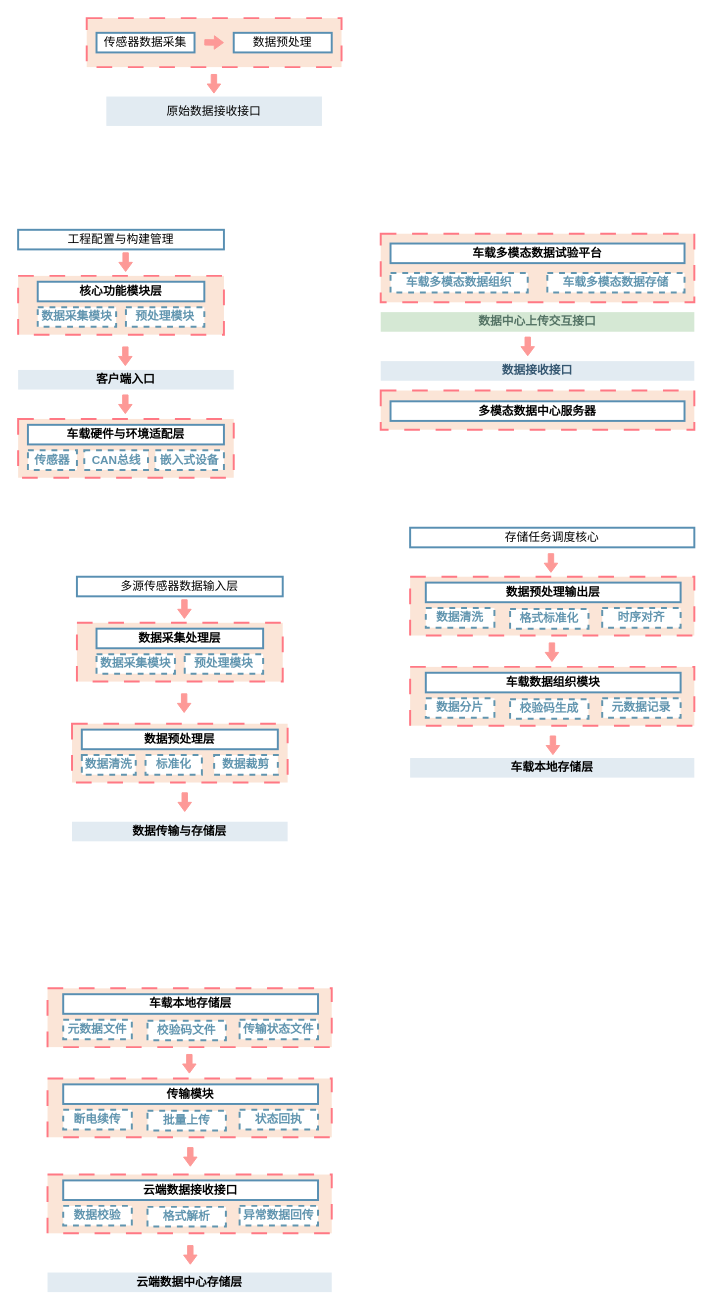
Before: 未命名绘图.drawio in mmyy5533/draw.io, a draw.io diagram. Source tidied: cells renumbered, new cells numbered last; positions are measured from the earlier drawing's top-left corner, leaving out a move shared by most shapes. Both pictures are drawn from the tidied source at 98%, with x=0, y=0 at pixel (18, 18).
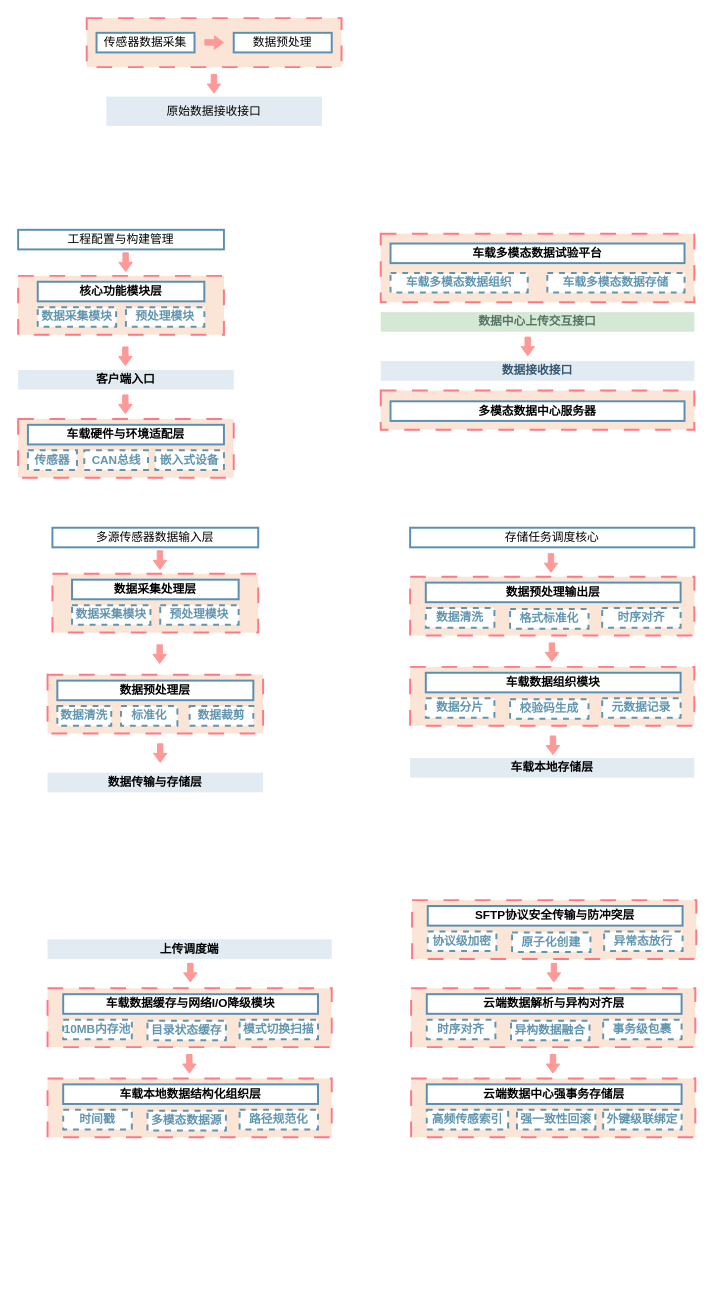
The same page after the edit.

Commit message:
更新未命名绘图.drawio

The edit, as a diff of the source:
```diff
@@
     <mxCell id="31" value="多源传感器数据输入层" style="rounded=0;whiteSpace=wrap;html=1;strokeColor=#588FB2;strokeWidth=2;" parent="1" vertex="1">
-      <mxGeometry x="60" y="570" width="210" height="20" as="geometry" />
+      <mxGeometry x="35" y="520" width="210" height="20" as="geometry" />
     </mxCell>
     <mxCell id="32" style="shape=flexArrow;endArrow=classic;html=1;rounded=0;width=5.517241379310345;endSize=2.7586206896551726;endWidth=7.2294887039239;fillColor=#FD9997;strokeColor=#FD9997;" parent="1" edge="1">
       <mxGeometry relative="1" as="geometry">
-        <mxPoint x="169.7" y="593" as="sourcePoint" />
-        <mxPoint x="169.7" y="613" as="targetPoint" />
+        <mxPoint x="144.7" y="543" as="sourcePoint" />
+        <mxPoint x="144.7" y="563" as="targetPoint" />
       </mxGeometry>
     </mxCell>
     <mxCell id="33" style="rounded=0;whiteSpace=wrap;html=1;dashed=1;dashPattern=8 8;strokeColor=#FF7884;fillColor=#FBE5D7;strokeWidth=2;" parent="1" vertex="1">
-      <mxGeometry x="60" y="617" width="210" height="60" as="geometry" />
+      <mxGeometry x="35" y="567" width="210" height="60" as="geometry" />
     </mxCell>
     <mxCell id="34" value="&lt;b&gt;数据采集处理层&lt;/b&gt;" style="rounded=0;whiteSpace=wrap;html=1;strokeColor=#588FB2;strokeWidth=2;" parent="1" vertex="1">
-      <mxGeometry x="80" y="623" width="170" height="20" as="geometry" />
+      <mxGeometry x="55" y="573" width="170" height="20" as="geometry" />
     </mxCell>
     <mxCell id="35" value="&lt;font color=&quot;#6195af&quot;&gt;&lt;b&gt;数据采集模块&lt;/b&gt;&lt;/font&gt;" style="rounded=0;whiteSpace=wrap;html=1;strokeColor=#6195AF;strokeWidth=2;dashed=1;" parent="1" vertex="1">
-      <mxGeometry x="80" y="649" width="80" height="20" as="geometry" />
+      <mxGeometry x="55" y="599" width="80" height="20" as="geometry" />
     </mxCell>
     <mxCell id="36" value="&lt;font color=&quot;#6195af&quot;&gt;&lt;b&gt;预处理模块&lt;/b&gt;&lt;/font&gt;" style="rounded=0;whiteSpace=wrap;html=1;strokeColor=#6195AF;strokeWidth=2;dashed=1;" parent="1" vertex="1">
-      <mxGeometry x="170" y="649" width="80" height="20" as="geometry" />
+      <mxGeometry x="145" y="599" width="80" height="20" as="geometry" />
     </mxCell>
     <mxCell id="37" style="shape=flexArrow;endArrow=classic;html=1;rounded=0;width=5.517241379310345;endSize=2.7586206896551726;endWidth=7.2294887039239;fillColor=#FD9997;strokeColor=#FD9997;" parent="1" edge="1">
       <mxGeometry relative="1" as="geometry">
-        <mxPoint x="169.4" y="689" as="sourcePoint" />
-        <mxPoint x="169.4" y="709" as="targetPoint" />
+        <mxPoint x="144.4" y="639" as="sourcePoint" />
+        <mxPoint x="144.4" y="659" as="targetPoint" />
       </mxGeometry>
     </mxCell>
     <mxCell id="38" value="&lt;b&gt;数据传输与存储层&lt;/b&gt;" style="rounded=0;whiteSpace=wrap;html=1;strokeColor=none;fillColor=#E2EBF2;" parent="1" vertex="1">
-      <mxGeometry x="55" y="820" width="220" height="20" as="geometry" />
+      <mxGeometry x="30" y="770" width="220" height="20" as="geometry" />
     </mxCell>
     <mxCell id="39" style="rounded=0;whiteSpace=wrap;html=1;dashed=1;dashPattern=8 8;strokeColor=#FF7884;fillColor=#FBE5D7;strokeWidth=2;" parent="1" vertex="1">
-      <mxGeometry x="55" y="720" width="220" height="60" as="geometry" />
+      <mxGeometry x="30" y="670" width="220" height="60" as="geometry" />
     </mxCell>
     <mxCell id="40" value="&lt;b&gt;数据预处理层&lt;/b&gt;" style="rounded=0;whiteSpace=wrap;html=1;strokeColor=#588FB2;strokeWidth=2;" parent="1" vertex="1">
-      <mxGeometry x="65" y="726" width="200" height="20" as="geometry" />
+      <mxGeometry x="40" y="676" width="200" height="20" as="geometry" />
     </mxCell>
     <mxCell id="41" value="&lt;font color=&quot;#6195af&quot;&gt;&lt;b&gt;数据清洗&lt;/b&gt;&lt;/font&gt;" style="rounded=0;whiteSpace=wrap;html=1;strokeColor=#6195AF;strokeWidth=2;dashed=1;" parent="1" vertex="1">
-      <mxGeometry x="65" y="752" width="55" height="20" as="geometry" />
+      <mxGeometry x="40" y="702" width="55" height="20" as="geometry" />
     </mxCell>
     <mxCell id="42" value="&lt;font color=&quot;#6195af&quot;&gt;&lt;b&gt;标准化&lt;/b&gt;&lt;/font&gt;" style="rounded=0;whiteSpace=wrap;html=1;strokeColor=#6195AF;strokeWidth=2;dashed=1;" parent="1" vertex="1">
-      <mxGeometry x="130" y="752" width="57.5" height="20" as="geometry" />
+      <mxGeometry x="105" y="702" width="57.5" height="20" as="geometry" />
     </mxCell>
     <mxCell id="43" style="shape=flexArrow;endArrow=classic;html=1;rounded=0;width=5.517241379310345;endSize=2.7586206896551726;endWidth=7.2294887039239;fillColor=#FD9997;strokeColor=#FD9997;" parent="1" edge="1">
       <mxGeometry relative="1" as="geometry">
-        <mxPoint x="170" y="790" as="sourcePoint" />
-        <mxPoint x="170" y="810" as="targetPoint" />
+        <mxPoint x="145" y="740" as="sourcePoint" />
+        <mxPoint x="145" y="760" as="targetPoint" />
       </mxGeometry>
     </mxCell>
     <mxCell id="44" value="&lt;font color=&quot;#6195af&quot;&gt;&lt;b&gt;数据裁剪&lt;/b&gt;&lt;/font&gt;" style="rounded=0;whiteSpace=wrap;html=1;strokeColor=#6195AF;strokeWidth=2;dashed=1;" parent="1" vertex="1">
-      <mxGeometry x="200" y="752" width="65" height="20" as="geometry" />
+      <mxGeometry x="175" y="702" width="65" height="20" as="geometry" />
     </mxCell>
@@
-    <mxCell id="61" value="&lt;b&gt;车载本地存储层&lt;/b&gt;" style="rounded=0;whiteSpace=wrap;html=1;strokeColor=#588FB2;strokeWidth=2;" parent="1" vertex="1">
+    <mxCell id="61" value="&lt;b&gt;车载数据缓存与网络I/O降级模块&lt;/b&gt;" style="rounded=0;whiteSpace=wrap;html=1;strokeColor=#588FB2;strokeWidth=2;" parent="1" vertex="1">
       <mxGeometry x="46" y="996" width="260" height="20" as="geometry" />
     </mxCell>
-    <mxCell id="62" value="&lt;font color=&quot;#6195af&quot;&gt;&lt;b&gt;元数据文件&lt;/b&gt;&lt;/font&gt;" style="rounded=0;whiteSpace=wrap;html=1;strokeColor=#6195AF;strokeWidth=2;dashed=1;" parent="1" vertex="1">
+    <mxCell id="62" value="&lt;font color=&quot;#6195af&quot;&gt;&lt;b&gt;10MB内存池&lt;/b&gt;&lt;/font&gt;" style="rounded=0;whiteSpace=wrap;html=1;strokeColor=#6195AF;strokeWidth=2;dashed=1;" parent="1" vertex="1">
       <mxGeometry x="46" y="1022" width="70" height="20" as="geometry" />
     </mxCell>
-    <mxCell id="63" value="&lt;font color=&quot;#6195af&quot;&gt;&lt;b&gt;校验码文件&lt;/b&gt;&lt;/font&gt;" style="rounded=0;whiteSpace=wrap;html=1;strokeColor=#6195AF;strokeWidth=2;dashed=1;" parent="1" vertex="1">
+    <mxCell id="63" value="&lt;font color=&quot;#6195af&quot;&gt;&lt;b&gt;目录状态缓存&lt;/b&gt;&lt;/font&gt;" style="rounded=0;whiteSpace=wrap;html=1;strokeColor=#6195AF;strokeWidth=2;dashed=1;" parent="1" vertex="1">
       <mxGeometry x="132" y="1023" width="80" height="20" as="geometry" />
     </mxCell>
@@
-    <mxCell id="65" value="&lt;font color=&quot;#6195af&quot;&gt;&lt;b&gt;传输状态文件&lt;/b&gt;&lt;/font&gt;" style="rounded=0;whiteSpace=wrap;html=1;strokeColor=#6195AF;strokeWidth=2;dashed=1;" parent="1" vertex="1">
+    <mxCell id="65" value="&lt;font color=&quot;#6195af&quot;&gt;&lt;b&gt;模式切换扫描&lt;/b&gt;&lt;/font&gt;" style="rounded=0;whiteSpace=wrap;html=1;strokeColor=#6195AF;strokeWidth=2;dashed=1;" parent="1" vertex="1">
       <mxGeometry x="226" y="1022" width="80" height="20" as="geometry" />
     </mxCell>
@@
-    <mxCell id="67" value="&lt;b&gt;传输模块&lt;/b&gt;" style="rounded=0;whiteSpace=wrap;html=1;strokeColor=#588FB2;strokeWidth=2;" parent="1" vertex="1">
+    <mxCell id="67" value="&lt;b&gt;车载本地数据结构化组织层&lt;/b&gt;" style="rounded=0;whiteSpace=wrap;html=1;strokeColor=#588FB2;strokeWidth=2;" parent="1" vertex="1">
       <mxGeometry x="46" y="1088" width="260" height="20" as="geometry" />
     </mxCell>
-    <mxCell id="68" value="&lt;font color=&quot;#6195af&quot;&gt;&lt;b&gt;断电续传&lt;/b&gt;&lt;/font&gt;" style="rounded=0;whiteSpace=wrap;html=1;strokeColor=#6195AF;strokeWidth=2;dashed=1;" parent="1" vertex="1">
+    <mxCell id="68" value="&lt;font color=&quot;#6195af&quot;&gt;&lt;b&gt;时间戳&lt;/b&gt;&lt;/font&gt;" style="rounded=0;whiteSpace=wrap;html=1;strokeColor=#6195AF;strokeWidth=2;dashed=1;" parent="1" vertex="1">
       <mxGeometry x="46" y="1114" width="70" height="20" as="geometry" />
     </mxCell>
-    <mxCell id="69" value="&lt;font color=&quot;#6195af&quot;&gt;&lt;b&gt;批量上传&lt;/b&gt;&lt;/font&gt;" style="rounded=0;whiteSpace=wrap;html=1;strokeColor=#6195AF;strokeWidth=2;dashed=1;" parent="1" vertex="1">
+    <mxCell id="69" value="&lt;font color=&quot;#6195af&quot;&gt;&lt;b&gt;多模态数据源&lt;/b&gt;&lt;/font&gt;" style="rounded=0;whiteSpace=wrap;html=1;strokeColor=#6195AF;strokeWidth=2;dashed=1;" parent="1" vertex="1">
       <mxGeometry x="132" y="1115" width="80" height="20" as="geometry" />
     </mxCell>
-    <mxCell id="70" value="&lt;font color=&quot;#6195af&quot;&gt;&lt;b&gt;状态回执&lt;/b&gt;&lt;/font&gt;" style="rounded=0;whiteSpace=wrap;html=1;strokeColor=#6195AF;strokeWidth=2;dashed=1;" parent="1" vertex="1">
+    <mxCell id="70" value="&lt;font color=&quot;#6195af&quot;&gt;&lt;b&gt;路径规范化&lt;/b&gt;&lt;/font&gt;" style="rounded=0;whiteSpace=wrap;html=1;strokeColor=#6195AF;strokeWidth=2;dashed=1;" parent="1" vertex="1">
       <mxGeometry x="226" y="1114" width="80" height="20" as="geometry" />
     </mxCell>
-    <mxCell id="71" style="shape=flexArrow;endArrow=classic;html=1;rounded=0;width=5.517241379310345;endSize=2.7586206896551726;endWidth=7.2294887039239;fillColor=#FD9997;strokeColor=#FD9997;" parent="1" edge="1">
-      <mxGeometry relative="1" as="geometry">
-        <mxPoint x="175.7" y="1152" as="sourcePoint" />
-        <mxPoint x="175.7" y="1172" as="targetPoint" />
-      </mxGeometry>
-    </mxCell>
-    <mxCell id="72" style="rounded=0;whiteSpace=wrap;html=1;dashed=1;dashPattern=8 8;strokeColor=#FF7884;fillColor=#FBE5D7;strokeWidth=2;" parent="1" vertex="1">
-      <mxGeometry x="30" y="1180" width="290" height="60" as="geometry" />
-    </mxCell>
-    <mxCell id="73" value="&lt;b&gt;云端数据接收接口&lt;/b&gt;" style="rounded=0;whiteSpace=wrap;html=1;strokeColor=#588FB2;strokeWidth=2;" parent="1" vertex="1">
-      <mxGeometry x="46" y="1186" width="260" height="20" as="geometry" />
-    </mxCell>
-    <mxCell id="74" value="&lt;font color=&quot;#6195af&quot;&gt;&lt;b&gt;数据校验&lt;/b&gt;&lt;/font&gt;" style="rounded=0;whiteSpace=wrap;html=1;strokeColor=#6195AF;strokeWidth=2;dashed=1;" parent="1" vertex="1">
-      <mxGeometry x="46" y="1212" width="70" height="20" as="geometry" />
-    </mxCell>
-    <mxCell id="75" value="&lt;font color=&quot;#6195af&quot;&gt;&lt;b&gt;格式解析&lt;/b&gt;&lt;/font&gt;" style="rounded=0;whiteSpace=wrap;html=1;strokeColor=#6195AF;strokeWidth=2;dashed=1;" parent="1" vertex="1">
-      <mxGeometry x="132" y="1213" width="80" height="20" as="geometry" />
-    </mxCell>
-    <mxCell id="76" value="&lt;font color=&quot;#6195af&quot;&gt;&lt;b&gt;异常数据回传&lt;/b&gt;&lt;/font&gt;" style="rounded=0;whiteSpace=wrap;html=1;strokeColor=#6195AF;strokeWidth=2;dashed=1;" parent="1" vertex="1">
-      <mxGeometry x="226" y="1212" width="80" height="20" as="geometry" />
-    </mxCell>
     <mxCell id="77" style="shape=flexArrow;endArrow=classic;html=1;rounded=0;width=5.517241379310345;endSize=2.7586206896551726;endWidth=7.2294887039239;fillColor=#FD9997;strokeColor=#FD9997;" parent="1" edge="1">
       <mxGeometry relative="1" as="geometry">
-        <mxPoint x="175.7" y="1252" as="sourcePoint" />
-        <mxPoint x="175.7" y="1272" as="targetPoint" />
+        <mxPoint x="175.7" y="964" as="sourcePoint" />
+        <mxPoint x="175.7" y="984" as="targetPoint" />
       </mxGeometry>
     </mxCell>
-    <mxCell id="78" value="&lt;b&gt;云端数据中心存储层&lt;/b&gt;" style="rounded=0;whiteSpace=wrap;html=1;strokeColor=none;fillColor=#E2EBF2;" parent="1" vertex="1">
-      <mxGeometry x="30" y="1280" width="290" height="20" as="geometry" />
+    <mxCell id="78" value="&lt;b&gt;上传调度端&lt;/b&gt;" style="rounded=0;whiteSpace=wrap;html=1;strokeColor=none;fillColor=#E2EBF2;" parent="1" vertex="1">
+      <mxGeometry x="30" y="940" width="290" height="20" as="geometry" />
     </mxCell>
+    <mxCell id="79" style="rounded=0;whiteSpace=wrap;html=1;dashed=1;dashPattern=8 8;strokeColor=#FF7884;fillColor=#FBE5D7;strokeWidth=2;" parent="1" vertex="1">
+      <mxGeometry x="401" y="990" width="290" height="60" as="geometry" />
+    </mxCell>
+    <mxCell id="80" value="&lt;b&gt;云端数据解析与异构对齐层&lt;/b&gt;" style="rounded=0;whiteSpace=wrap;html=1;strokeColor=#588FB2;strokeWidth=2;" parent="1" vertex="1">
+      <mxGeometry x="417" y="996" width="260" height="20" as="geometry" />
+    </mxCell>
+    <mxCell id="81" value="&lt;font color=&quot;#6195af&quot;&gt;&lt;b&gt;时序对齐&lt;/b&gt;&lt;/font&gt;" style="rounded=0;whiteSpace=wrap;html=1;strokeColor=#6195AF;strokeWidth=2;dashed=1;" parent="1" vertex="1">
+      <mxGeometry x="417" y="1022" width="70" height="20" as="geometry" />
+    </mxCell>
+    <mxCell id="82" value="&lt;font color=&quot;#6195af&quot;&gt;&lt;b&gt;异构数据融合&lt;/b&gt;&lt;/font&gt;" style="rounded=0;whiteSpace=wrap;html=1;strokeColor=#6195AF;strokeWidth=2;dashed=1;" parent="1" vertex="1">
+      <mxGeometry x="503" y="1023" width="80" height="20" as="geometry" />
+    </mxCell>
+    <mxCell id="83" style="shape=flexArrow;endArrow=classic;html=1;rounded=0;width=5.517241379310345;endSize=2.7586206896551726;endWidth=7.2294887039239;fillColor=#FD9997;strokeColor=#FD9997;" parent="1" edge="1">
+      <mxGeometry relative="1" as="geometry">
+        <mxPoint x="545.7" y="1057" as="sourcePoint" />
+        <mxPoint x="545.7" y="1077" as="targetPoint" />
+      </mxGeometry>
+    </mxCell>
+    <mxCell id="84" value="&lt;font color=&quot;#6195af&quot;&gt;&lt;b&gt;事务级包裹&lt;/b&gt;&lt;/font&gt;" style="rounded=0;whiteSpace=wrap;html=1;strokeColor=#6195AF;strokeWidth=2;dashed=1;" parent="1" vertex="1">
+      <mxGeometry x="597" y="1022" width="80" height="20" as="geometry" />
+    </mxCell>
+    <mxCell id="85" style="rounded=0;whiteSpace=wrap;html=1;dashed=1;dashPattern=8 8;strokeColor=#FF7884;fillColor=#FBE5D7;strokeWidth=2;" parent="1" vertex="1">
+      <mxGeometry x="401" y="1082" width="290" height="60" as="geometry" />
+    </mxCell>
+    <mxCell id="86" value="&lt;b&gt;云端数据中心强事务存储层&lt;/b&gt;" style="rounded=0;whiteSpace=wrap;html=1;strokeColor=#588FB2;strokeWidth=2;" parent="1" vertex="1">
+      <mxGeometry x="417" y="1088" width="260" height="20" as="geometry" />
+    </mxCell>
+    <mxCell id="87" value="&lt;font color=&quot;#6195af&quot;&gt;&lt;b&gt;高频传感索引&lt;/b&gt;&lt;/font&gt;" style="rounded=0;whiteSpace=wrap;html=1;strokeColor=#6195AF;strokeWidth=2;dashed=1;" parent="1" vertex="1">
+      <mxGeometry x="417" y="1114" width="83" height="20" as="geometry" />
+    </mxCell>
+    <mxCell id="88" value="&lt;font color=&quot;#6195af&quot;&gt;&lt;b&gt;强一致性回滚&lt;/b&gt;&lt;/font&gt;" style="rounded=0;whiteSpace=wrap;html=1;strokeColor=#6195AF;strokeWidth=2;dashed=1;" parent="1" vertex="1">
+      <mxGeometry x="509" y="1114" width="80" height="20" as="geometry" />
+    </mxCell>
+    <mxCell id="89" value="&lt;font color=&quot;#6195af&quot;&gt;&lt;b&gt;外键级联绑定&lt;/b&gt;&lt;/font&gt;" style="rounded=0;whiteSpace=wrap;html=1;strokeColor=#6195AF;strokeWidth=2;dashed=1;" parent="1" vertex="1">
+      <mxGeometry x="597" y="1114" width="80" height="20" as="geometry" />
+    </mxCell>
+    <mxCell id="90" style="shape=flexArrow;endArrow=classic;html=1;rounded=0;width=5.517241379310345;endSize=2.7586206896551726;endWidth=7.2294887039239;fillColor=#FD9997;strokeColor=#FD9997;" parent="1" edge="1">
+      <mxGeometry relative="1" as="geometry">
+        <mxPoint x="546.7" y="964" as="sourcePoint" />
+        <mxPoint x="546.7" y="984" as="targetPoint" />
+      </mxGeometry>
+    </mxCell>
+    <mxCell id="91" style="rounded=0;whiteSpace=wrap;html=1;dashed=1;dashPattern=8 8;strokeColor=#FF7884;fillColor=#FBE5D7;strokeWidth=2;" parent="1" vertex="1">
+      <mxGeometry x="402" y="900" width="290" height="60" as="geometry" />
+    </mxCell>
+    <mxCell id="92" value="&lt;b&gt;SFTP协议安全传输与防冲突层&lt;/b&gt;" style="rounded=0;whiteSpace=wrap;html=1;strokeColor=#588FB2;strokeWidth=2;" parent="1" vertex="1">
+      <mxGeometry x="418" y="906" width="260" height="20" as="geometry" />
+    </mxCell>
+    <mxCell id="93" value="&lt;font color=&quot;#6195af&quot;&gt;&lt;b&gt;协议级加密&lt;/b&gt;&lt;/font&gt;" style="rounded=0;whiteSpace=wrap;html=1;strokeColor=#6195AF;strokeWidth=2;dashed=1;" parent="1" vertex="1">
+      <mxGeometry x="418" y="932" width="70" height="20" as="geometry" />
+    </mxCell>
+    <mxCell id="94" value="&lt;font color=&quot;#6195af&quot;&gt;&lt;b&gt;原子化创建&lt;/b&gt;&lt;/font&gt;" style="rounded=0;whiteSpace=wrap;html=1;strokeColor=#6195AF;strokeWidth=2;dashed=1;" parent="1" vertex="1">
+      <mxGeometry x="504" y="933" width="80" height="20" as="geometry" />
+    </mxCell>
+    <mxCell id="95" value="&lt;font color=&quot;#6195af&quot;&gt;&lt;b&gt;异常态放行&lt;/b&gt;&lt;/font&gt;" style="rounded=0;whiteSpace=wrap;html=1;strokeColor=#6195AF;strokeWidth=2;dashed=1;" parent="1" vertex="1">
+      <mxGeometry x="598" y="932" width="80" height="20" as="geometry" />
+    </mxCell>
```
